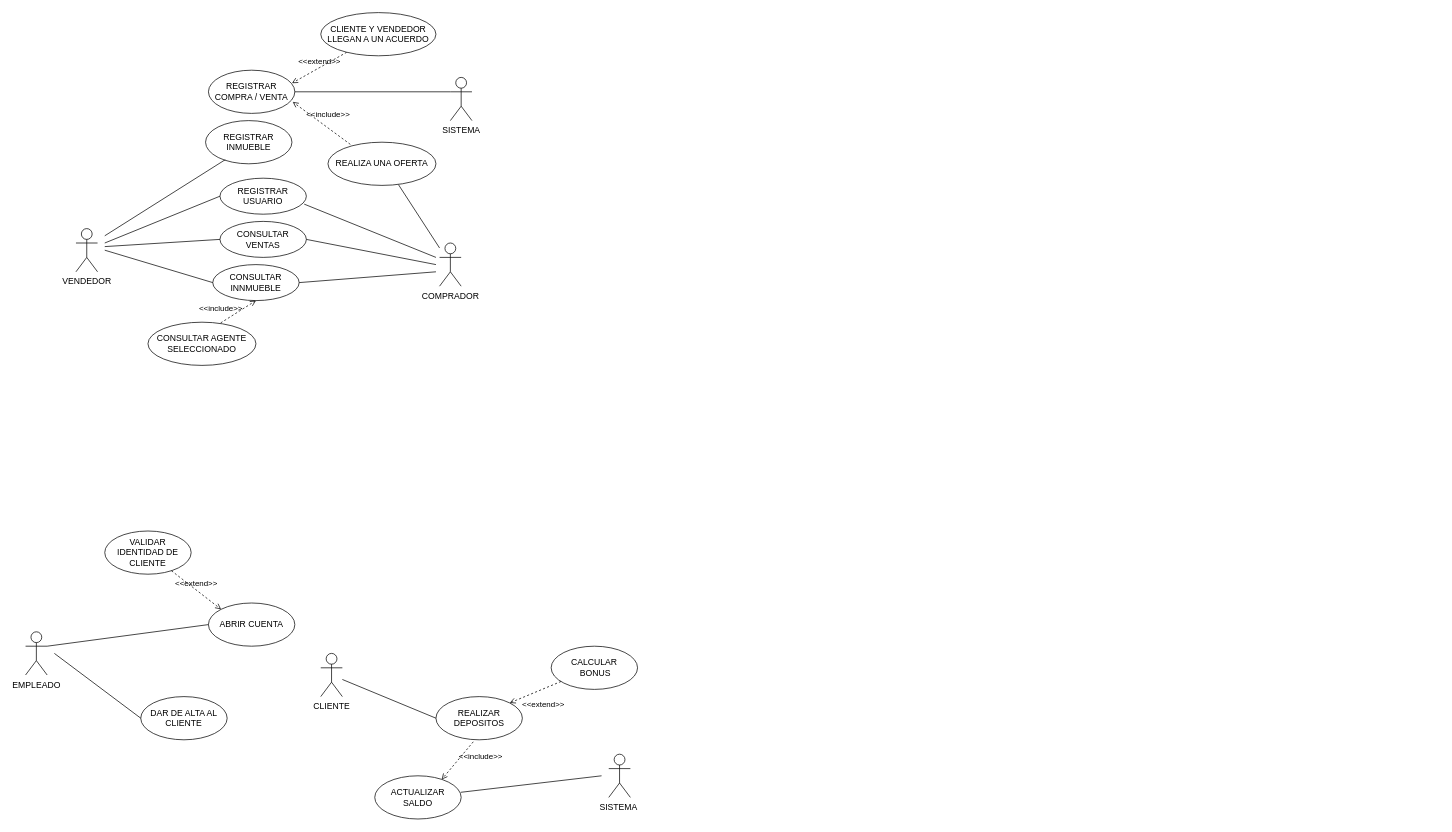
Before: Diagrama sin título.drawio in sadr4c/first, a draw.io diagram. Source tidied: cells renumbered, new cells numbered last; positions are measured from the earlier drawing's top-left corner, leaving out a move shared by most shapes. Both pictures are drawn from the tidied source at 72%, with x=0, y=0 at pixel (25, 12).
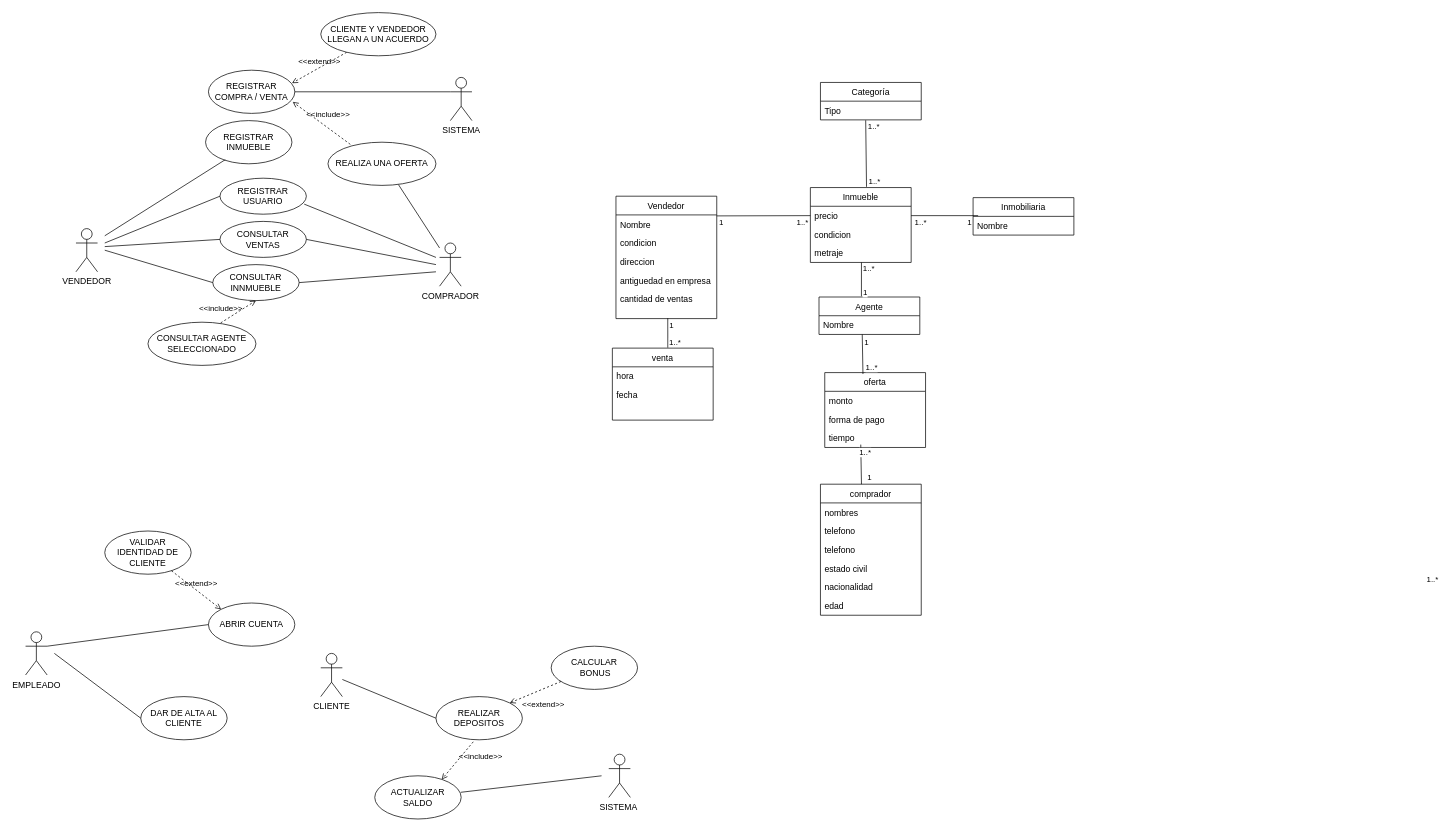
The same page after the edit.

What changed in the source:
```diff
@@
+    <mxCell id="41" value="Inmueble" style="swimlane;fontStyle=0;horizontal=1;startSize=26;fillColor=none;" parent="1" vertex="1">
+      <mxGeometry x="1090" y="243" width="140" height="104" as="geometry" />
+    </mxCell>
+    <mxCell id="42" value="precio" style="text;strokeColor=none;fillColor=none;align=left;verticalAlign=top;spacingLeft=4;spacingRight=4;overflow=hidden;points=[[0,0.5],[1,0.5]];portConstraint=eastwest;" parent="41" vertex="1">
+      <mxGeometry y="26" width="140" height="26" as="geometry" />
+    </mxCell>
+    <mxCell id="43" value="condicion" style="text;strokeColor=none;fillColor=none;align=left;verticalAlign=top;spacingLeft=4;spacingRight=4;overflow=hidden;" parent="41" vertex="1">
+      <mxGeometry y="52" width="140" height="26" as="geometry" />
+    </mxCell>
+    <mxCell id="44" value="metraje" style="text;strokeColor=none;fillColor=none;align=left;verticalAlign=top;spacingLeft=4;spacingRight=4;overflow=hidden;points=[[0,0.5],[1,0.5]];portConstraint=eastwest;" parent="41" vertex="1">
+      <mxGeometry y="78" width="140" height="26" as="geometry" />
+    </mxCell>
+    <mxCell id="45" value="Agente" style="swimlane;fontStyle=0;horizontal=1;startSize=26;fillColor=none;" parent="1" vertex="1">
+      <mxGeometry x="1102" y="395" width="140" height="52" as="geometry" />
+    </mxCell>
+    <mxCell id="46" value="Nombre" style="text;strokeColor=none;fillColor=none;align=left;verticalAlign=top;spacingLeft=4;spacingRight=4;overflow=hidden;points=[[0,0.5],[1,0.5]];portConstraint=eastwest;" parent="45" vertex="1">
+      <mxGeometry y="26" width="140" height="26" as="geometry" />
+    </mxCell>
+    <mxCell id="47" value="Vendedor" style="swimlane;fontStyle=0;horizontal=1;startSize=26;fillColor=none;" parent="1" vertex="1">
+      <mxGeometry x="820" y="255" width="140" height="170" as="geometry" />
+    </mxCell>
+    <mxCell id="48" value="Nombre" style="text;strokeColor=none;fillColor=none;align=left;verticalAlign=top;spacingLeft=4;spacingRight=4;overflow=hidden;points=[[0,0.5],[1,0.5]];portConstraint=eastwest;" parent="47" vertex="1">
+      <mxGeometry y="26" width="140" height="26" as="geometry" />
+    </mxCell>
+    <mxCell id="49" value="condicion" style="text;strokeColor=none;fillColor=none;align=left;verticalAlign=top;spacingLeft=4;spacingRight=4;overflow=hidden;" parent="47" vertex="1">
+      <mxGeometry y="52" width="140" height="26" as="geometry" />
+    </mxCell>
+    <mxCell id="50" value="direccion" style="text;strokeColor=none;fillColor=none;align=left;verticalAlign=top;spacingLeft=4;spacingRight=4;overflow=hidden;" parent="47" vertex="1">
+      <mxGeometry y="78" width="140" height="26" as="geometry" />
+    </mxCell>
+    <mxCell id="51" value="antiguedad en empresa" style="text;strokeColor=none;fillColor=none;align=left;verticalAlign=top;spacingLeft=4;spacingRight=4;overflow=hidden;" parent="47" vertex="1">
+      <mxGeometry y="104" width="140" height="26" as="geometry" />
+    </mxCell>
+    <mxCell id="52" value="cantidad de ventas" style="text;strokeColor=none;fillColor=none;align=left;verticalAlign=top;spacingLeft=4;spacingRight=4;overflow=hidden;points=[[0,0.5],[1,0.5]];portConstraint=eastwest;" parent="47" vertex="1">
+      <mxGeometry y="130" width="140" height="40" as="geometry" />
+    </mxCell>
+    <mxCell id="53" value="Categoría" style="swimlane;fontStyle=0;horizontal=1;startSize=26;fillColor=none;" parent="1" vertex="1">
+      <mxGeometry x="1104" y="97" width="140" height="52" as="geometry" />
+    </mxCell>
+    <mxCell id="54" value="Tipo" style="text;strokeColor=none;fillColor=none;align=left;verticalAlign=top;spacingLeft=4;spacingRight=4;overflow=hidden;points=[[0,0.5],[1,0.5]];portConstraint=eastwest;" parent="53" vertex="1">
+      <mxGeometry y="26" width="140" height="26" as="geometry" />
+    </mxCell>
+    <mxCell id="55" value="comprador" style="swimlane;fontStyle=0;horizontal=1;startSize=26;fillColor=none;" parent="1" vertex="1">
+      <mxGeometry x="1104" y="655" width="140" height="182" as="geometry" />
+    </mxCell>
+    <mxCell id="56" value="nombres" style="text;strokeColor=none;fillColor=none;align=left;verticalAlign=top;spacingLeft=4;spacingRight=4;overflow=hidden;" parent="55" vertex="1">
+      <mxGeometry y="26" width="140" height="26" as="geometry" />
+    </mxCell>
+    <mxCell id="57" value="telefono" style="text;strokeColor=none;fillColor=none;align=left;verticalAlign=top;spacingLeft=4;spacingRight=4;overflow=hidden;" parent="55" vertex="1">
+      <mxGeometry y="52" width="140" height="26" as="geometry" />
+    </mxCell>
+    <mxCell id="58" value="telefono" style="text;strokeColor=none;fillColor=none;align=left;verticalAlign=top;spacingLeft=4;spacingRight=4;overflow=hidden;" parent="55" vertex="1">
+      <mxGeometry y="78" width="140" height="26" as="geometry" />
+    </mxCell>
+    <mxCell id="59" value="estado civil" style="text;strokeColor=none;fillColor=none;align=left;verticalAlign=top;spacingLeft=4;spacingRight=4;overflow=hidden;" parent="55" vertex="1">
+      <mxGeometry y="104" width="140" height="26" as="geometry" />
+    </mxCell>
+    <mxCell id="60" value="nacionalidad" style="text;strokeColor=none;fillColor=none;align=left;verticalAlign=top;spacingLeft=4;spacingRight=4;overflow=hidden;" parent="55" vertex="1">
+      <mxGeometry y="130" width="140" height="26" as="geometry" />
+    </mxCell>
+    <mxCell id="61" value="edad" style="text;strokeColor=none;fillColor=none;align=left;verticalAlign=top;spacingLeft=4;spacingRight=4;overflow=hidden;" parent="55" vertex="1">
+      <mxGeometry y="156" width="140" height="26" as="geometry" />
+    </mxCell>
+    <mxCell id="62" value="oferta" style="swimlane;fontStyle=0;horizontal=1;startSize=26;fillColor=none;" parent="1" vertex="1">
+      <mxGeometry x="1110" y="500" width="140" height="104" as="geometry" />
+    </mxCell>
+    <mxCell id="63" value="monto" style="text;strokeColor=none;fillColor=none;align=left;verticalAlign=top;spacingLeft=4;spacingRight=4;overflow=hidden;" parent="62" vertex="1">
+      <mxGeometry y="26" width="140" height="26" as="geometry" />
+    </mxCell>
+    <mxCell id="64" value="forma de pago" style="text;strokeColor=none;fillColor=none;align=left;verticalAlign=top;spacingLeft=4;spacingRight=4;overflow=hidden;" parent="62" vertex="1">
+      <mxGeometry y="52" width="140" height="26" as="geometry" />
+    </mxCell>
+    <mxCell id="65" value="tiempo" style="text;strokeColor=none;fillColor=none;align=left;verticalAlign=top;spacingLeft=4;spacingRight=4;overflow=hidden;" parent="62" vertex="1">
+      <mxGeometry y="78" width="140" height="26" as="geometry" />
+    </mxCell>
+    <mxCell id="66" value="venta" style="swimlane;fontStyle=0;horizontal=1;startSize=26;fillColor=none;" parent="1" vertex="1">
+      <mxGeometry x="815" y="466" width="140" height="100" as="geometry" />
+    </mxCell>
+    <mxCell id="67" value="hora" style="text;strokeColor=none;fillColor=none;align=left;verticalAlign=top;spacingLeft=4;spacingRight=4;overflow=hidden;" parent="66" vertex="1">
+      <mxGeometry y="26" width="140" height="26" as="geometry" />
+    </mxCell>
+    <mxCell id="68" value="fecha" style="text;strokeColor=none;fillColor=none;align=left;verticalAlign=top;spacingLeft=4;spacingRight=4;overflow=hidden;" parent="66" vertex="1">
+      <mxGeometry y="52" width="140" height="48" as="geometry" />
+    </mxCell>
+    <mxCell id="69" style="endArrow=none;html=1;rounded=0;exitX=0.557;exitY=-0.029;exitDx=0;exitDy=0;exitPerimeter=0;entryX=0.449;entryY=1.022;entryDx=0;entryDy=0;entryPerimeter=0;" parent="1" edge="1" target="54">
+      <mxGeometry relative="1" as="geometry">
+        <mxPoint x="1168" y="242" as="sourcePoint" />
+      </mxGeometry>
+    </mxCell>
+    <mxCell id="70" value="1..*" style="edgeLabel;html=1;align=center;verticalAlign=middle;" parent="69" vertex="1">
+      <mxGeometry x="0.88" y="-1" relative="1" as="geometry">
+        <mxPoint x="10" y="3" as="offset" />
+      </mxGeometry>
+    </mxCell>
+    <mxCell id="71" style="endArrow=none;html=1;rounded=0;exitX=1;exitY=0.052;exitDx=0;exitDy=0;entryX=0;entryY=0.5;entryDx=0;entryDy=0;exitPerimeter=0;" parent="1" edge="1" source="48" target="42">
+      <mxGeometry relative="1" as="geometry" />
+    </mxCell>
+    <mxCell id="72" value="1" style="edgeLabel;html=1;align=center;verticalAlign=middle;" parent="71" vertex="1">
+      <mxGeometry x="-0.89" y="-1" relative="1" as="geometry">
+        <mxPoint x="-2" y="7" as="offset" />
+      </mxGeometry>
+    </mxCell>
+    <mxCell id="73" value="1..*" style="edgeLabel;html=1;align=center;verticalAlign=middle;" parent="71" vertex="1">
+      <mxGeometry x="0.81" y="-2" relative="1" as="geometry">
+        <mxPoint y="6" as="offset" />
+      </mxGeometry>
+    </mxCell>
+    <mxCell id="74" style="endArrow=none;html=1;rounded=0;entryX=0.55;entryY=-0.006;entryDx=0;entryDy=0;entryPerimeter=0;exitX=0.514;exitY=0.987;exitDx=0;exitDy=0;exitPerimeter=0;" parent="1" edge="1" source="52" target="66">
+      <mxGeometry relative="1" as="geometry" />
+    </mxCell>
+    <mxCell id="75" value="1" style="edgeLabel;html=1;align=center;verticalAlign=middle;" parent="74" vertex="1">
+      <mxGeometry x="-0.89" y="1" relative="1" as="geometry">
+        <mxPoint x="4" y="8" as="offset" />
+      </mxGeometry>
+    </mxCell>
+    <mxCell id="76" value="1..*" style="edgeLabel;html=1;align=center;verticalAlign=middle;" parent="74" vertex="1">
+      <mxGeometry x="0.84" y="1" relative="1" as="geometry">
+        <mxPoint x="9" y="-5" as="offset" />
+      </mxGeometry>
+    </mxCell>
+    <mxCell id="77" value="Inmobiliaria" style="swimlane;fontStyle=0;horizontal=1;startSize=26;fillColor=none;" parent="1" vertex="1">
+      <mxGeometry x="1316" y="257" width="140" height="52" as="geometry" />
+    </mxCell>
+    <mxCell id="78" value="Nombre" style="text;strokeColor=none;fillColor=none;align=left;verticalAlign=top;spacingLeft=4;spacingRight=4;overflow=hidden;points=[[0,0.5],[1,0.5]];portConstraint=eastwest;" parent="77" vertex="1">
+      <mxGeometry y="26" width="140" height="26" as="geometry" />
+    </mxCell>
+    <mxCell id="79" style="endArrow=none;html=1;rounded=0;exitX=0.05;exitY=-0.038;exitDx=0;exitDy=0;entryX=1;entryY=0.5;entryDx=0;entryDy=0;exitPerimeter=0;" parent="1" edge="1" source="78" target="42">
+      <mxGeometry relative="1" as="geometry" />
+    </mxCell>
+    <mxCell id="80" value="1" style="edgeLabel;html=1;align=center;verticalAlign=middle;" parent="79" vertex="1">
+      <mxGeometry x="-0.5" y="-1" relative="1" as="geometry">
+        <mxPoint x="10" y="9" as="offset" />
+      </mxGeometry>
+    </mxCell>
+    <mxCell id="81" value="1..*" style="edgeLabel;html=1;align=center;verticalAlign=middle;" parent="79" vertex="1">
+      <mxGeometry x="0.53" y="2" relative="1" as="geometry">
+        <mxPoint x="702" y="502" as="offset" />
+      </mxGeometry>
+    </mxCell>
+    <mxCell id="82" value="1..*" style="edgeLabel;html=1;align=center;verticalAlign=middle;" parent="79" vertex="1">
+      <mxGeometry x="0.63" y="-1" relative="1" as="geometry">
+        <mxPoint x="-5" y="10" as="offset" />
+      </mxGeometry>
+    </mxCell>
+    <mxCell id="83" value="1..*" style="edgeLabel;html=1;align=center;verticalAlign=middle;" parent="1" vertex="1">
+      <mxGeometry x="1186" y="126.7" as="geometry">
+        <mxPoint x="-8" y="107" as="offset" />
+      </mxGeometry>
+    </mxCell>
+    <mxCell id="84" style="endArrow=none;html=1;rounded=0;entryX=0.507;entryY=1;entryDx=0;entryDy=0;entryPerimeter=0;exitX=0.421;exitY=-0.019;exitDx=0;exitDy=0;exitPerimeter=0;" parent="1" edge="1" source="45" target="44">
+      <mxGeometry relative="1" as="geometry" />
+    </mxCell>
+    <mxCell id="85" value="1..*" style="edgeLabel;html=1;align=center;verticalAlign=middle;" parent="84" vertex="1">
+      <mxGeometry x="0.88" y="-1" relative="1" as="geometry">
+        <mxPoint x="9" y="5" as="offset" />
+      </mxGeometry>
+    </mxCell>
+    <mxCell id="86" value="1" style="edgeLabel;html=1;align=center;verticalAlign=middle;" parent="84" vertex="1">
+      <mxGeometry x="-0.77" relative="1" as="geometry">
+        <mxPoint x="5" y="-1" as="offset" />
+      </mxGeometry>
+    </mxCell>
+    <mxCell id="87" style="endArrow=none;html=1;rounded=0;exitX=0.429;exitY=1;exitDx=0;exitDy=0;exitPerimeter=0;entryX=0.379;entryY=0.019;entryDx=0;entryDy=0;entryPerimeter=0;" parent="1" edge="1" source="46" target="62">
+      <mxGeometry relative="1" as="geometry" />
+    </mxCell>
+    <mxCell id="88" value="1..*" style="edgeLabel;html=1;align=center;verticalAlign=middle;" parent="87" vertex="1">
+      <mxGeometry x="0.88" y="-1" relative="1" as="geometry">
+        <mxPoint x="12" y="-7" as="offset" />
+      </mxGeometry>
+    </mxCell>
+    <mxCell id="89" value="1" style="edgeLabel;html=1;align=center;verticalAlign=middle;" parent="87" vertex="1">
+      <mxGeometry x="-0.81" y="-1" relative="1" as="geometry">
+        <mxPoint x="6" y="5" as="offset" />
+      </mxGeometry>
+    </mxCell>
+    <mxCell id="90" style="endArrow=none;html=1;rounded=0;exitX=0.429;exitY=1;exitDx=0;exitDy=0;exitPerimeter=0;entryX=0.379;entryY=0.019;entryDx=0;entryDy=0;entryPerimeter=0;" parent="1" edge="1">
+      <mxGeometry relative="1" as="geometry">
+        <mxPoint x="1160" y="600" as="sourcePoint" />
+        <mxPoint x="1161" y="655" as="targetPoint" />
+      </mxGeometry>
+    </mxCell>
+    <mxCell id="91" value="1" style="edgeLabel;html=1;align=center;verticalAlign=middle;" parent="90" vertex="1">
+      <mxGeometry x="0.88" y="-1" relative="1" as="geometry">
+        <mxPoint x="12" y="-7" as="offset" />
+      </mxGeometry>
+    </mxCell>
+    <mxCell id="92" value="1..*" style="edgeLabel;html=1;align=center;verticalAlign=middle;" parent="90" vertex="1">
+      <mxGeometry x="-0.81" y="-1" relative="1" as="geometry">
+        <mxPoint x="6" y="5" as="offset" />
+      </mxGeometry>
+    </mxCell>
```
